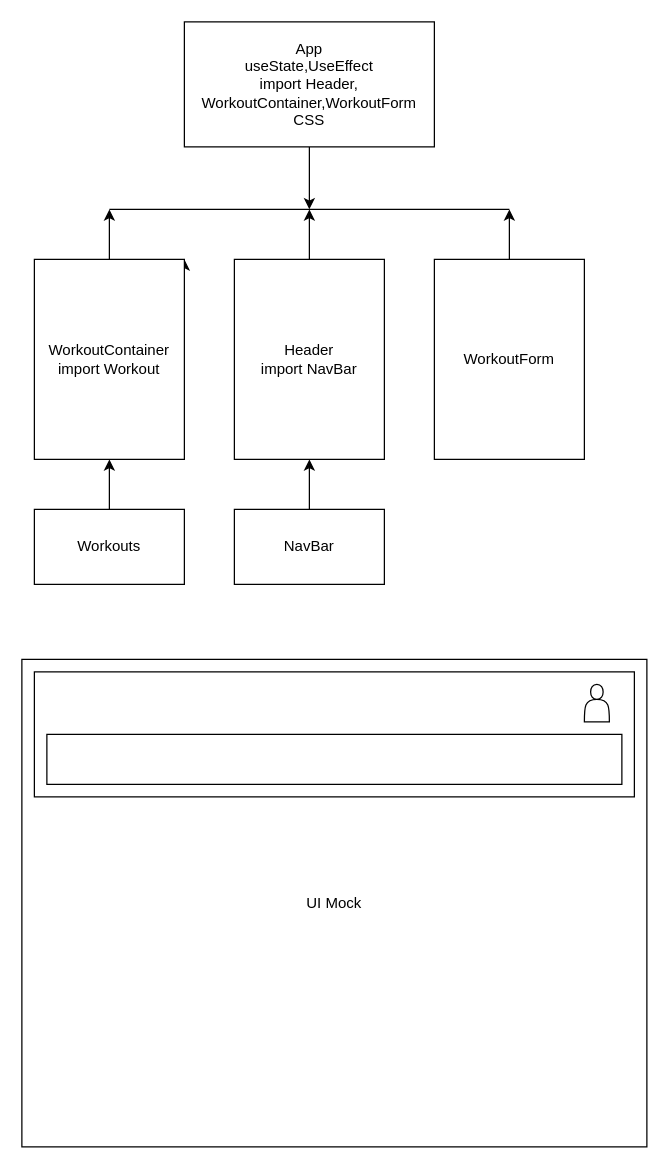
This is .drawio from kennethlatour/Victory-React-Project, a draw.io file, before an edit. Source tidied: cells renumbered, new cells numbered last; positions are measured from the earlier drawing's top-left corner, leaving out a move shared by most shapes. Both pictures are drawn from the tidied source at 125%, with x=0, y=0 at pixel (21, 21).
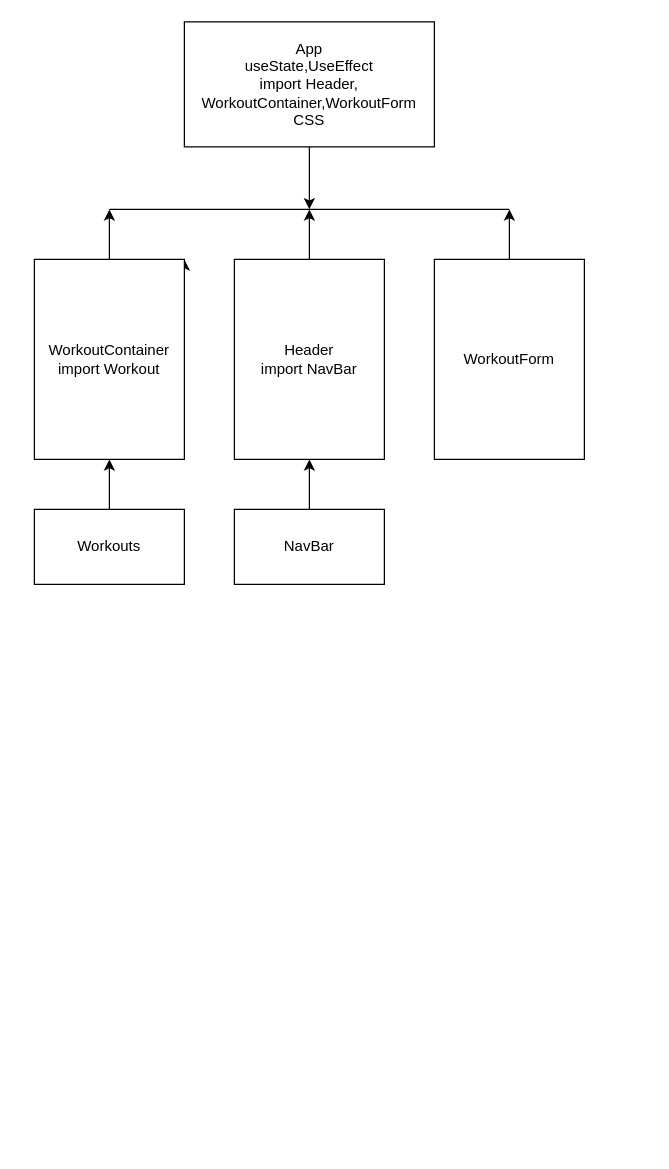
The same page after the edit.

Change to the diagram source:
```diff
@@
-    <mxCell id="16" value="UI Mock" style="rounded=0;whiteSpace=wrap;html=1;" parent="1" vertex="1">
-      <mxGeometry y="510" width="500" height="390" as="geometry" />
-    </mxCell>
-    <mxCell id="17" style="rounded=0;whiteSpace=wrap;html=1;" parent="1" vertex="1">
-      <mxGeometry x="10" y="520" width="480" height="100" as="geometry" />
-    </mxCell>
-    <mxCell id="18" style="shape=actor;whiteSpace=wrap;html=1;" parent="1" vertex="1">
-      <mxGeometry x="450" y="530" width="20" height="30" as="geometry" />
-    </mxCell>
-    <mxCell id="19" style="rounded=0;whiteSpace=wrap;html=1;" parent="1" vertex="1">
-      <mxGeometry x="20" y="570" width="460" height="40" as="geometry" />
-    </mxCell>
```
